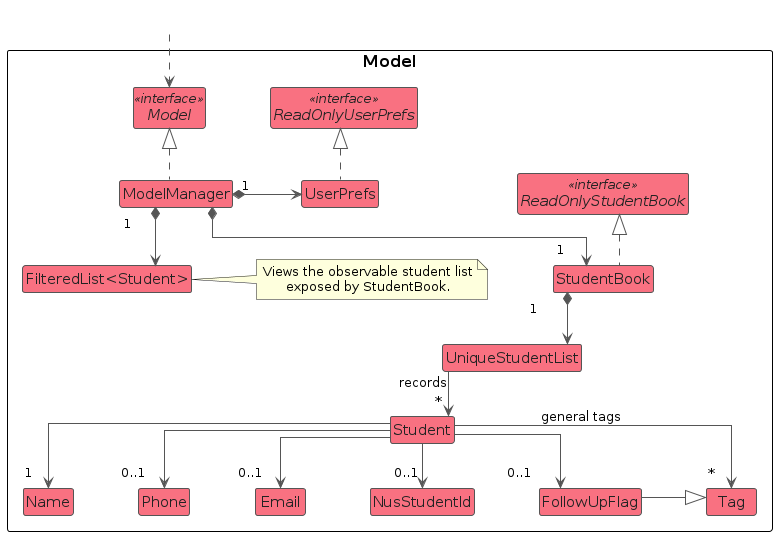
The PlantUML diagram diagrams/ModelClassDiagram.png in AY2627S1-CS2103T-T16-1/tp, before a commit. Its source is kept beside it as diagrams/ModelClassDiagram.puml.
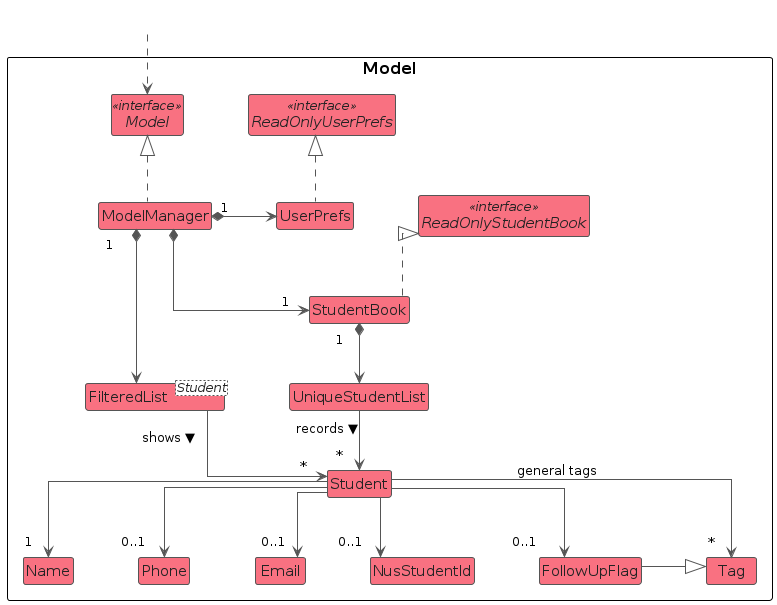
After the change.

Diff of the diagram source:
```diff
@@ -6,10 +6,9 @@
 skinparam classBorderColor #555555
 skinparam arrowColor #555555
 skinparam ArrowFontStyle plain
-skinparam genericDisplay old
 skinparam linetype ortho
 skinparam nodesep 65
-skinparam ranksep 45
+skinparam ranksep 60
 
 package "Model" as ModelComponent {
 interface Model <<interface>>
@@ -19,7 +18,7 @@
 class StudentBook
 class UserPrefs
 class UniqueStudentList
-class "FilteredList<Student>" as FilteredStudents
+class FilteredList<Student>
 class Student
 class Name
 class Phone
@@ -34,13 +33,11 @@
 
 ModelManager *--> "1   " StudentBook
 ModelManager *-right-> "1   " UserPrefs
-ModelManager *--> "1   " FilteredStudents
+ModelManager *--> "1   " FilteredList
 StudentBook *--> "1   " UniqueStudentList
-note right of FilteredStudents
-  Views the observable student list
-  exposed by StudentBook.
-end note
-UniqueStudentList --> "~*   " Student : records
+FilteredList -[norank]-> "~*   " Student : shows &#9660;&#160;&#160;&#160;&#160;&#160;&#160;&#160;&#160;&#160;\n&#160;\n&#160;
+UniqueStudentList --> "~*   " Student : records &#9660;
+FilteredList -[hidden]right- UniqueStudentList
 Student --> "1   " Name
 Student --> "0..1   " Phone
 Student --> "0..1   " Email
```
